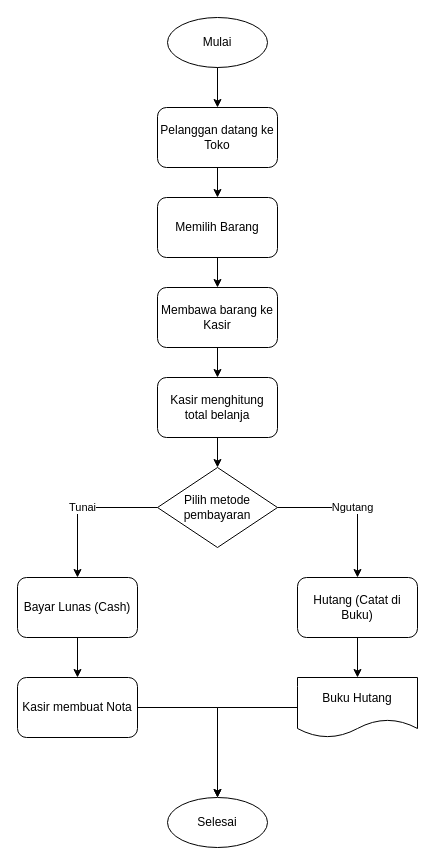
Earlier version of the draw.io diagram diagram/flowchart/01_sistem_lama_manual.drawio (RajaSunrise/ud_zivana). Source tidied: cells renumbered, new cells numbered last; positions are measured from the earlier drawing's top-left corner, leaving out a move shared by most shapes. Both pictures are drawn from the tidied source at 100%, with x=0, y=0 at pixel (17, 17).
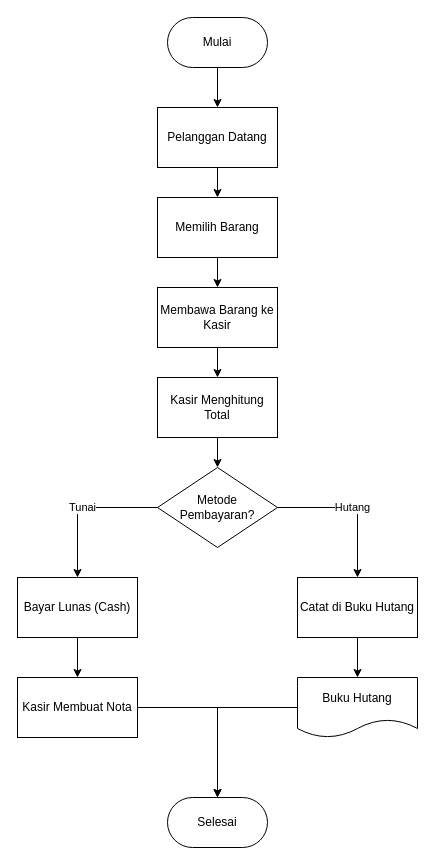
Above is the later version.

Change to the diagram source:
```diff
@@
-    <mxCell id="2" value="Mulai" style="ellipse;whiteSpace=wrap;html=1;" parent="1" vertex="1">
+    <mxCell id="2" value="Mulai" style="rounded=1;whiteSpace=wrap;html=1;arcSize=50;" parent="1" vertex="1">
       <mxGeometry x="150" width="100" height="50" as="geometry" />
     </mxCell>
-    <mxCell id="3" value="Pelanggan datang ke Toko" style="rounded=1;whiteSpace=wrap;html=1;" parent="1" vertex="1">
+    <mxCell id="3" value="Pelanggan Datang" style="rounded=0;whiteSpace=wrap;html=1;" parent="1" vertex="1">
       <mxGeometry x="140" y="90" width="120" height="60" as="geometry" />
     </mxCell>
-    <mxCell id="4" value="Memilih Barang" style="rounded=1;whiteSpace=wrap;html=1;" parent="1" vertex="1">
+    <mxCell id="4" value="Memilih Barang" style="rounded=0;whiteSpace=wrap;html=1;" parent="1" vertex="1">
       <mxGeometry x="140" y="180" width="120" height="60" as="geometry" />
     </mxCell>
-    <mxCell id="5" value="Membawa barang ke Kasir" style="rounded=1;whiteSpace=wrap;html=1;" parent="1" vertex="1">
+    <mxCell id="5" value="Membawa Barang ke Kasir" style="rounded=0;whiteSpace=wrap;html=1;" parent="1" vertex="1">
       <mxGeometry x="140" y="270" width="120" height="60" as="geometry" />
     </mxCell>
-    <mxCell id="6" value="Kasir menghitung total belanja" style="rounded=1;whiteSpace=wrap;html=1;" parent="1" vertex="1">
+    <mxCell id="6" value="Kasir Menghitung Total" style="rounded=0;whiteSpace=wrap;html=1;" parent="1" vertex="1">
       <mxGeometry x="140" y="360" width="120" height="60" as="geometry" />
     </mxCell>
-    <mxCell id="7" value="Pilih metode pembayaran" style="rhombus;whiteSpace=wrap;html=1;" parent="1" vertex="1">
+    <mxCell id="7" value="Metode Pembayaran?" style="rhombus;whiteSpace=wrap;html=1;" parent="1" vertex="1">
       <mxGeometry x="140" y="450" width="120" height="80" as="geometry" />
     </mxCell>
-    <mxCell id="8" value="Bayar Lunas (Cash)" style="rounded=1;whiteSpace=wrap;html=1;" parent="1" vertex="1">
+    <mxCell id="8" value="Bayar Lunas (Cash)" style="rounded=0;whiteSpace=wrap;html=1;" parent="1" vertex="1">
       <mxGeometry y="560" width="120" height="60" as="geometry" />
     </mxCell>
-    <mxCell id="9" value="Hutang (Catat di Buku)" style="rounded=1;whiteSpace=wrap;html=1;" parent="1" vertex="1">
+    <mxCell id="9" value="Catat di Buku Hutang" style="rounded=0;whiteSpace=wrap;html=1;" parent="1" vertex="1">
       <mxGeometry x="280" y="560" width="120" height="60" as="geometry" />
     </mxCell>
-    <mxCell id="10" value="Kasir membuat Nota" style="rounded=1;whiteSpace=wrap;html=1;" parent="1" vertex="1">
+    <mxCell id="10" value="Kasir Membuat Nota" style="rounded=0;whiteSpace=wrap;html=1;" parent="1" vertex="1">
       <mxGeometry y="660" width="120" height="60" as="geometry" />
     </mxCell>
@@
-    <mxCell id="12" value="Selesai" style="ellipse;whiteSpace=wrap;html=1;" parent="1" vertex="1">
+    <mxCell id="12" value="Selesai" style="rounded=1;whiteSpace=wrap;html=1;arcSize=50;" parent="1" vertex="1">
       <mxGeometry x="150" y="780" width="100" height="50" as="geometry" />
     </mxCell>
@@
-    <mxCell id="19" value="Ngutang" style="edgeStyle=orthogonalEdgeStyle;rounded=0;jettySize=auto;html=1;" parent="1" edge="1" source="7" target="9">
+    <mxCell id="19" value="Hutang" style="edgeStyle=orthogonalEdgeStyle;rounded=0;jettySize=auto;html=1;" parent="1" edge="1" source="7" target="9">
       <mxGeometry relative="1" as="geometry" />
     </mxCell>
```
